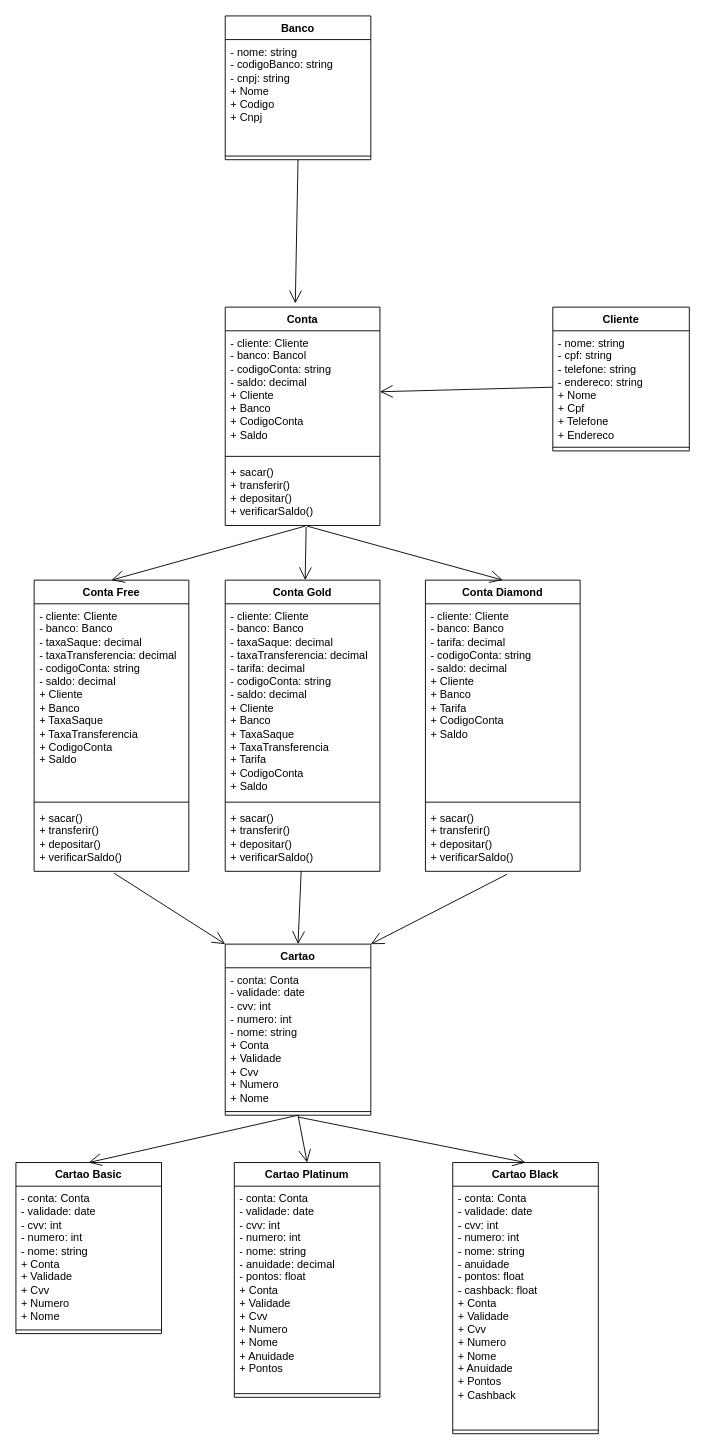
This is Classes Abstratas - POO.drawio from IamArthurGama/OOP-Abstract-Classes, a draw.io file, before an edit. Source tidied: cells renumbered, new cells numbered last; positions are measured from the earlier drawing's top-left corner, leaving out a move shared by most shapes. Both pictures are drawn from the tidied source at 91%, with x=0, y=0 at pixel (15, 15).
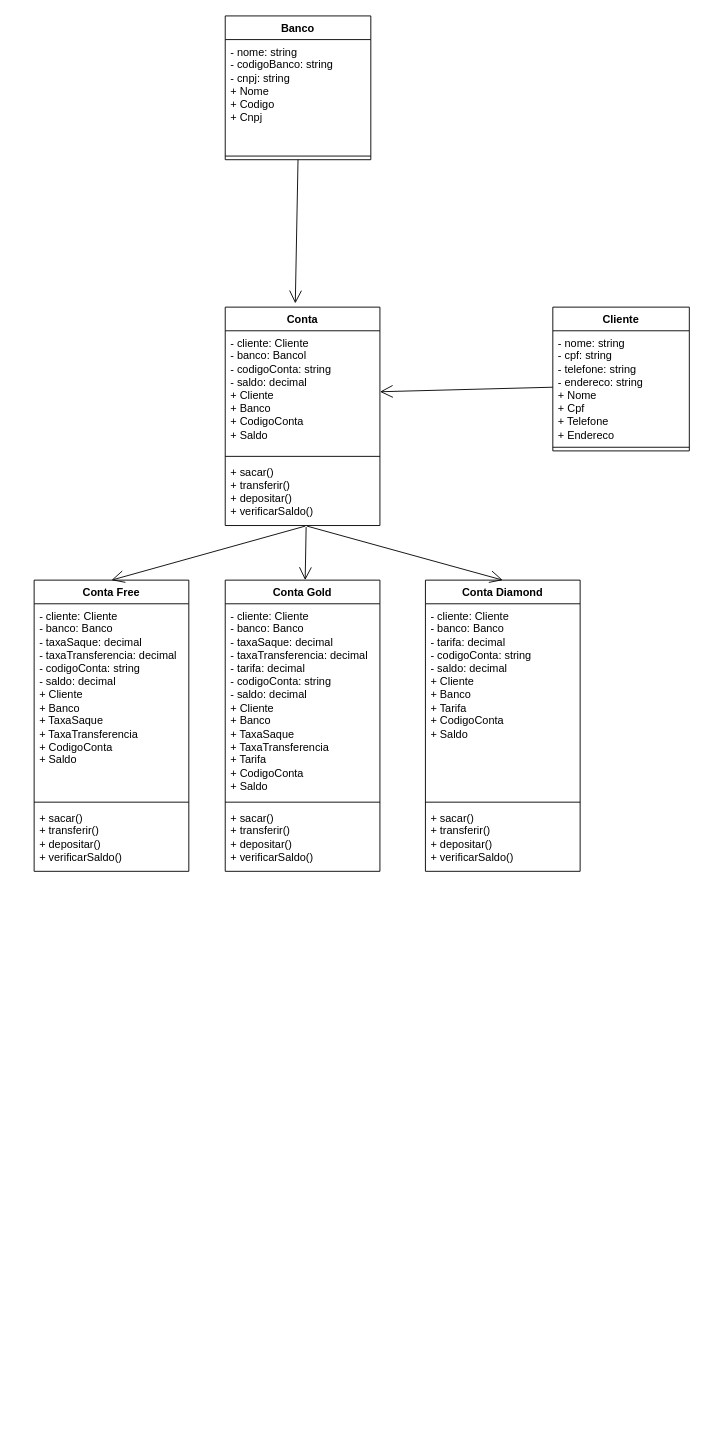
The same diagram, later.

Commit message:
Exclui cartao

The change refers to these unchanged cells:
```xml
<mxCell id="18" value="+ sacar()&lt;div&gt;+ transferir()&lt;/div&gt;&lt;div&gt;+ depositar()&lt;/div&gt;&lt;div&gt;+ verificarSaldo()&lt;/div&gt;" style="text;strokeColor=none;fillColor=none;align=left;verticalAlign=top;spacingLeft=4;spacingRight=4;overflow=hidden;points=[[0,0.5],[1,0.5]];portConstraint=eastwest;whiteSpace=wrap;html=1;" parent="15" vertex="1">
  <mxGeometry y="248" width="170" height="72" as="geometry" />
</mxCell>
<mxCell id="22" value="+ sacar()&lt;div&gt;+ transferir()&lt;/div&gt;&lt;div&gt;+ depositar()&lt;/div&gt;&lt;div&gt;+ verificarSaldo()&lt;/div&gt;" style="text;strokeColor=none;fillColor=none;align=left;verticalAlign=top;spacingLeft=4;spacingRight=4;overflow=hidden;points=[[0,0.5],[1,0.5]];portConstraint=eastwest;whiteSpace=wrap;html=1;" parent="19" vertex="1">
  <mxGeometry y="248" width="170" height="72" as="geometry" />
</mxCell>
<mxCell id="26" value="+ sacar()&lt;div&gt;+ transferir()&lt;/div&gt;&lt;div&gt;+ depositar()&lt;/div&gt;&lt;div&gt;+ verificarSaldo()&lt;/div&gt;" style="text;strokeColor=none;fillColor=none;align=left;verticalAlign=top;spacingLeft=4;spacingRight=4;overflow=hidden;points=[[0,0.5],[1,0.5]];portConstraint=eastwest;whiteSpace=wrap;html=1;" parent="23" vertex="1">
  <mxGeometry y="248" width="170" height="72" as="geometry" />
</mxCell>
```

Diff of the diagram source:
```diff
@@
-    <mxCell id="6" value="Cartao" style="swimlane;fontStyle=1;align=center;verticalAlign=top;horizontal=1;startSize=26;whiteSpace=wrap;html=1;" parent="1" vertex="1">
-      <mxGeometry x="230" y="1020" width="160" height="188" as="geometry" />
-    </mxCell>
-    <mxCell id="7" value="- conta: Conta&lt;div&gt;&lt;div&gt;- validade: date&lt;/div&gt;&lt;div&gt;- cvv: int&lt;/div&gt;&lt;div&gt;- numero: int&lt;/div&gt;&lt;div&gt;- nome: string&lt;/div&gt;&lt;div&gt;+ Conta&lt;/div&gt;&lt;div&gt;+ Validade&lt;/div&gt;&lt;div&gt;+ Cvv&lt;/div&gt;&lt;div&gt;+ Numero&lt;/div&gt;&lt;div&gt;+ Nome&lt;/div&gt;&lt;div&gt;&lt;br&gt;&lt;/div&gt;&lt;/div&gt;" style="text;strokeColor=none;fillColor=none;align=left;verticalAlign=top;spacingLeft=4;spacingRight=4;overflow=hidden;whiteSpace=wrap;html=1;" parent="6" vertex="1">
-      <mxGeometry y="26" width="160" height="154" as="geometry" />
-    </mxCell>
-    <mxCell id="8" style="line;strokeWidth=1;fillColor=none;align=left;verticalAlign=middle;spacingTop=-1;spacingLeft=3;spacingRight=3;labelPosition=right;strokeColor=inherit;" parent="6" vertex="1">
-      <mxGeometry y="180" width="160" height="8" as="geometry" />
-    </mxCell>
@@
-    <mxCell id="32" style="endArrow=open;endFill=1;endSize=12;html=1;rounded=0;exitX=0.517;exitY=1.029;exitDx=0;exitDy=0;exitPerimeter=0;entryX=0;entryY=0;entryDx=0;entryDy=0;" parent="1" edge="1" source="18" target="6">
-      <mxGeometry relative="1" as="geometry" />
-    </mxCell>
-    <mxCell id="33" style="endArrow=open;endFill=1;endSize=12;html=1;rounded=0;entryX=0.5;entryY=0;entryDx=0;entryDy=0;" parent="1" edge="1" source="22" target="6">
-      <mxGeometry relative="1" as="geometry" />
-    </mxCell>
-    <mxCell id="34" style="endArrow=open;endFill=1;endSize=12;html=1;rounded=0;exitX=0.527;exitY=1.046;exitDx=0;exitDy=0;exitPerimeter=0;entryX=1;entryY=0;entryDx=0;entryDy=0;" parent="1" edge="1" source="26" target="6">
-      <mxGeometry relative="1" as="geometry" />
-    </mxCell>
-    <mxCell id="35" value="Cartao Basic" style="swimlane;fontStyle=1;align=center;verticalAlign=top;horizontal=1;startSize=26;whiteSpace=wrap;html=1;" parent="1" vertex="1">
-      <mxGeometry y="1260" width="160" height="188" as="geometry" />
-    </mxCell>
-    <mxCell id="36" value="- conta: Conta&lt;div&gt;&lt;div&gt;- validade: date&lt;/div&gt;&lt;div&gt;- cvv: int&lt;/div&gt;&lt;div&gt;- numero: int&lt;/div&gt;&lt;div&gt;- nome: string&lt;/div&gt;&lt;div&gt;+ Conta&lt;/div&gt;&lt;div&gt;+ Validade&lt;/div&gt;&lt;div&gt;+ Cvv&lt;/div&gt;&lt;div&gt;+ Numero&lt;/div&gt;&lt;div&gt;+ Nome&lt;/div&gt;&lt;div&gt;&lt;br&gt;&lt;/div&gt;&lt;/div&gt;" style="text;strokeColor=none;fillColor=none;align=left;verticalAlign=top;spacingLeft=4;spacingRight=4;overflow=hidden;whiteSpace=wrap;html=1;" parent="35" vertex="1">
-      <mxGeometry y="26" width="160" height="154" as="geometry" />
-    </mxCell>
-    <mxCell id="37" style="line;strokeWidth=1;fillColor=none;align=left;verticalAlign=middle;spacingTop=-1;spacingLeft=3;spacingRight=3;labelPosition=right;strokeColor=inherit;" parent="35" vertex="1">
-      <mxGeometry y="180" width="160" height="8" as="geometry" />
-    </mxCell>
-    <mxCell id="38" value="Cartao Platinum" style="swimlane;fontStyle=1;align=center;verticalAlign=top;horizontal=1;startSize=26;whiteSpace=wrap;html=1;" parent="1" vertex="1">
-      <mxGeometry x="240" y="1260" width="160" height="258" as="geometry" />
-    </mxCell>
-    <mxCell id="39" value="- conta: Conta&lt;div&gt;&lt;div&gt;- validade: date&lt;/div&gt;&lt;div&gt;- cvv: int&lt;/div&gt;&lt;div&gt;- numero: int&lt;/div&gt;&lt;div&gt;- nome: string&lt;/div&gt;&lt;div&gt;- anuidade: decimal&lt;/div&gt;&lt;div&gt;- pontos: float&lt;/div&gt;&lt;div&gt;+ Conta&lt;/div&gt;&lt;div&gt;+ Validade&lt;/div&gt;&lt;div&gt;+ Cvv&lt;/div&gt;&lt;div&gt;+ Numero&lt;/div&gt;&lt;div&gt;+ Nome&lt;/div&gt;&lt;div&gt;+ Anuidade&lt;/div&gt;&lt;/div&gt;&lt;div&gt;+ Pontos&lt;/div&gt;&lt;div&gt;&lt;br&gt;&lt;/div&gt;" style="text;strokeColor=none;fillColor=none;align=left;verticalAlign=top;spacingLeft=4;spacingRight=4;overflow=hidden;whiteSpace=wrap;html=1;" parent="38" vertex="1">
-      <mxGeometry y="26" width="160" height="224" as="geometry" />
-    </mxCell>
-    <mxCell id="40" style="line;strokeWidth=1;fillColor=none;align=left;verticalAlign=middle;spacingTop=-1;spacingLeft=3;spacingRight=3;labelPosition=right;strokeColor=inherit;" parent="38" vertex="1">
-      <mxGeometry y="250" width="160" height="8" as="geometry" />
-    </mxCell>
-    <mxCell id="41" value="Cartao Black" style="swimlane;fontStyle=1;align=center;verticalAlign=top;horizontal=1;startSize=26;whiteSpace=wrap;html=1;" parent="1" vertex="1">
-      <mxGeometry x="480" y="1260" width="160" height="298" as="geometry" />
-    </mxCell>
-    <mxCell id="42" value="- conta: Conta&lt;div&gt;&lt;div&gt;- validade: date&lt;/div&gt;&lt;div&gt;- cvv: int&lt;/div&gt;&lt;div&gt;- numero: int&lt;/div&gt;&lt;div&gt;- nome: string&lt;/div&gt;&lt;div&gt;- anuidade&lt;/div&gt;&lt;div&gt;- pontos: float&lt;/div&gt;&lt;div&gt;- cashback: float&lt;/div&gt;&lt;div&gt;+ Conta&lt;/div&gt;&lt;div&gt;+ Validade&lt;/div&gt;&lt;div&gt;+ Cvv&lt;/div&gt;&lt;div&gt;+ Numero&lt;/div&gt;&lt;div&gt;+ Nome&lt;/div&gt;&lt;div&gt;+ Anuidade&lt;/div&gt;&lt;div&gt;+ Pontos&lt;br&gt;+ Cashback&lt;/div&gt;&lt;/div&gt;" style="text;strokeColor=none;fillColor=none;align=left;verticalAlign=top;spacingLeft=4;spacingRight=4;overflow=hidden;whiteSpace=wrap;html=1;" parent="41" vertex="1">
-      <mxGeometry y="26" width="160" height="264" as="geometry" />
-    </mxCell>
-    <mxCell id="43" style="line;strokeWidth=1;fillColor=none;align=left;verticalAlign=middle;spacingTop=-1;spacingLeft=3;spacingRight=3;labelPosition=right;strokeColor=inherit;" parent="41" vertex="1">
-      <mxGeometry y="290" width="160" height="8" as="geometry" />
-    </mxCell>
-    <mxCell id="44" style="endArrow=open;endFill=1;endSize=12;html=1;rounded=0;exitX=0.5;exitY=1;exitDx=0;exitDy=0;entryX=0.5;entryY=0;entryDx=0;entryDy=0;" parent="1" edge="1" source="6" target="35">
-      <mxGeometry relative="1" as="geometry" />
-    </mxCell>
-    <mxCell id="45" style="endArrow=open;endFill=1;endSize=12;html=1;rounded=0;exitX=0.5;exitY=1;exitDx=0;exitDy=0;entryX=0.5;entryY=0;entryDx=0;entryDy=0;" parent="1" edge="1" source="6" target="38">
-      <mxGeometry relative="1" as="geometry" />
-    </mxCell>
-    <mxCell id="46" style="endArrow=open;endFill=1;endSize=12;html=1;rounded=0;entryX=0.5;entryY=0;entryDx=0;entryDy=0;" parent="1" edge="1" target="41">
-      <mxGeometry relative="1" as="geometry">
-        <mxPoint x="310" y="1210" as="sourcePoint" />
-      </mxGeometry>
-    </mxCell>
```
